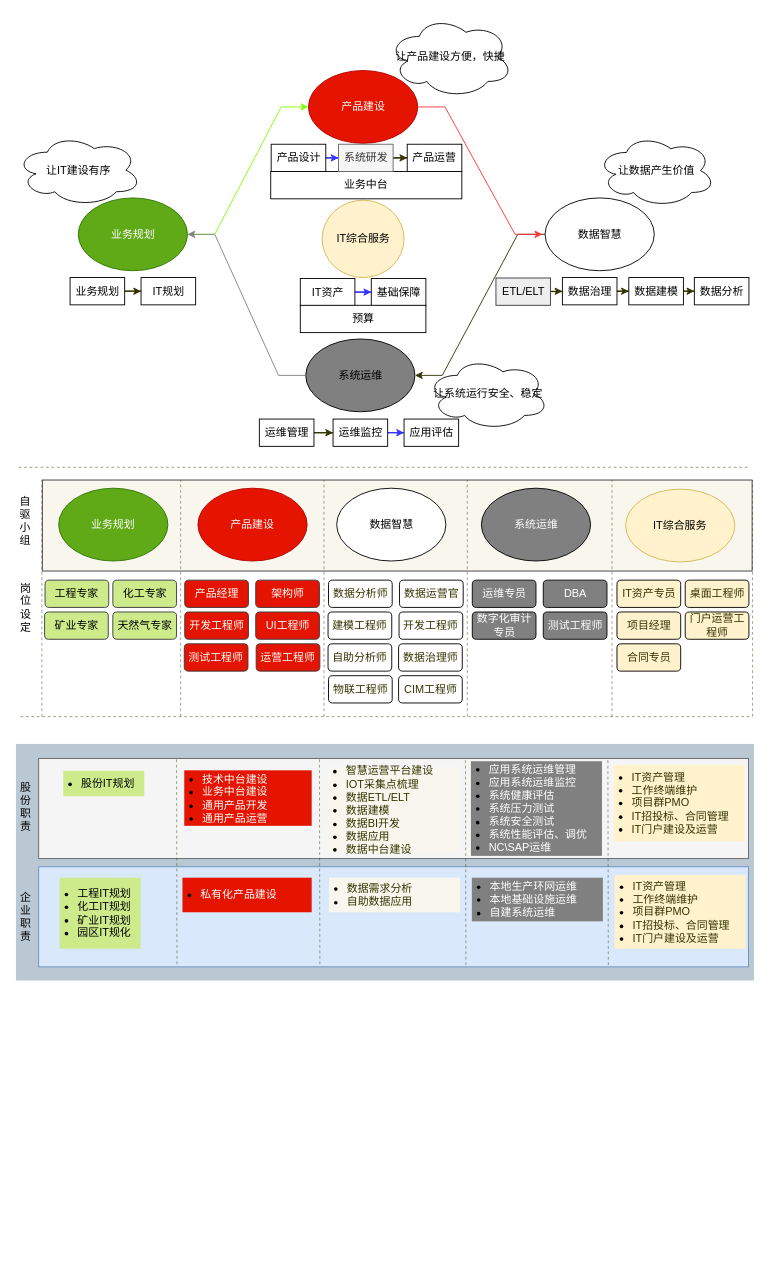
Before: page "第 25 页" (24 of 24) of MQ服务.drawio in chinadragonsjz/project, a draw.io diagram. Source tidied: cells renumbered, new cells numbered last; positions are measured from the earlier drawing's top-left corner, leaving out a move shared by most shapes. Both pictures are drawn from the tidied source at 91%, with x=0, y=0 at pixel (15, 15).
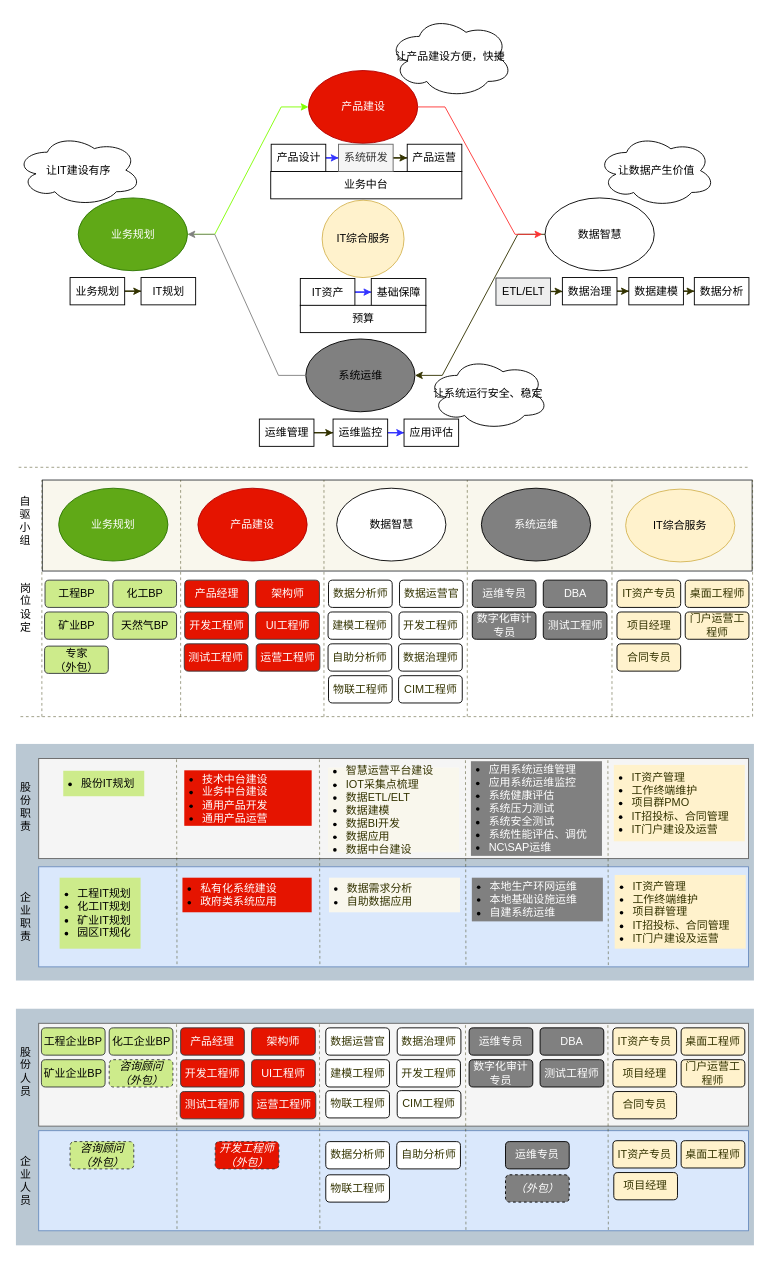
Above is the later version.

Change to the diagram source:
```diff
@@
-    <mxCell id="49" value="工程专家" style="rounded=1;whiteSpace=wrap;html=1;fillColor=#cdeb8b;strokeColor=#36393d;" parent="1" vertex="1">
+    <mxCell id="49" value="工程BP" style="rounded=1;whiteSpace=wrap;html=1;fillColor=#cdeb8b;strokeColor=#36393d;" parent="1" vertex="1">
       <mxGeometry x="32" y="620" width="70" height="30" as="geometry" />
     </mxCell>
-    <mxCell id="50" value="化工专家" style="rounded=1;whiteSpace=wrap;html=1;fillColor=#cdeb8b;strokeColor=#36393d;" parent="1" vertex="1">
+    <mxCell id="50" value="化工BP" style="rounded=1;whiteSpace=wrap;html=1;fillColor=#cdeb8b;strokeColor=#36393d;" parent="1" vertex="1">
       <mxGeometry x="106.5" y="620" width="70" height="30" as="geometry" />
     </mxCell>
@@
-    <mxCell id="66" value="矿业专家" style="rounded=1;whiteSpace=wrap;html=1;fillColor=#cdeb8b;strokeColor=#36393d;" parent="1" vertex="1">
+    <mxCell id="66" value="矿业BP" style="rounded=1;whiteSpace=wrap;html=1;fillColor=#cdeb8b;strokeColor=#36393d;" parent="1" vertex="1">
       <mxGeometry x="31.5" y="655" width="70" height="30" as="geometry" />
     </mxCell>
+    <mxCell id="102" value="专家&lt;br&gt;（外包）" style="rounded=1;whiteSpace=wrap;html=1;fillColor=#cdeb8b;strokeColor=#36393d;" parent="1" vertex="1">
+      <mxGeometry x="31.5" y="692.5" width="70" height="30" as="geometry" />
+    </mxCell>
-    <mxCell id="67" value="天然气专家" style="rounded=1;whiteSpace=wrap;html=1;fillColor=#cdeb8b;strokeColor=#36393d;" parent="1" vertex="1">
+    <mxCell id="67" value="天然气BP" style="rounded=1;whiteSpace=wrap;html=1;fillColor=#cdeb8b;strokeColor=#36393d;" parent="1" vertex="1">
       <mxGeometry x="106.5" y="655" width="70" height="30" as="geometry" />
     </mxCell>
@@
-    <mxCell id="94" value="&lt;ul&gt;&lt;li&gt;&lt;font color=&quot;#ffffff&quot;&gt;私有化产品建设&lt;/font&gt;&lt;/li&gt;&lt;/ul&gt;" style="text;html=1;strokeColor=none;fillColor=#E51400;align=left;verticalAlign=middle;whiteSpace=wrap;rounded=0;spacing=-20;" parent="1" vertex="1">
+    <mxCell id="94" value="&lt;ul&gt;&lt;li&gt;&lt;font color=&quot;#ffffff&quot;&gt;私有化系统建设&lt;/font&gt;&lt;/li&gt;&lt;li&gt;&lt;font color=&quot;#ffffff&quot;&gt;政府类系统应用&lt;/font&gt;&lt;/li&gt;&lt;/ul&gt;" style="text;html=1;strokeColor=none;fillColor=#E51400;align=left;verticalAlign=middle;whiteSpace=wrap;rounded=0;spacing=-20;" parent="1" vertex="1">
       <mxGeometry x="183" y="947" width="142" height="38" as="geometry" />
     </mxCell>
@@
-    <mxCell id="97" value="&lt;ul&gt;&lt;li&gt;&lt;font color=&quot;#333300&quot;&gt;IT资产管理&lt;/font&gt;&lt;/li&gt;&lt;li&gt;&lt;font color=&quot;#333300&quot;&gt;工作终端维护&lt;/font&gt;&lt;/li&gt;&lt;li&gt;&lt;font color=&quot;#333300&quot;&gt;项目群PMO&lt;/font&gt;&lt;/li&gt;&lt;li&gt;&lt;font color=&quot;#333300&quot;&gt;IT招投标、合同管理&lt;/font&gt;&lt;/li&gt;&lt;li&gt;&lt;font color=&quot;#333300&quot;&gt;IT门户建设及运营&lt;/font&gt;&lt;/li&gt;&lt;/ul&gt;" style="text;html=1;strokeColor=none;fillColor=#FFF2CC;align=left;verticalAlign=middle;whiteSpace=wrap;rounded=0;spacing=-20;" parent="1" vertex="1">
+    <mxCell id="97" value="&lt;ul&gt;&lt;li&gt;&lt;font color=&quot;#333300&quot;&gt;IT资产管理&lt;/font&gt;&lt;/li&gt;&lt;li&gt;&lt;font color=&quot;#333300&quot;&gt;工作终端维护&lt;/font&gt;&lt;/li&gt;&lt;li&gt;&lt;font color=&quot;#333300&quot;&gt;项目群管理&lt;/font&gt;&lt;/li&gt;&lt;li&gt;&lt;font color=&quot;#333300&quot;&gt;IT招投标、合同管理&lt;/font&gt;&lt;/li&gt;&lt;li&gt;&lt;font color=&quot;#333300&quot;&gt;IT门户建设及运营&lt;/font&gt;&lt;/li&gt;&lt;/ul&gt;" style="text;html=1;strokeColor=none;fillColor=#FFF2CC;align=left;verticalAlign=middle;whiteSpace=wrap;rounded=0;spacing=-20;" parent="1" vertex="1">
       <mxGeometry x="658" y="944" width="144" height="81" as="geometry" />
     </mxCell>
@@
+    <mxCell id="103" style="rounded=0;whiteSpace=wrap;html=1;fillColor=#bac8d3;align=left;strokeColor=none;" parent="1" vertex="1">
+      <mxGeometry y="1091" width="811" height="260" as="geometry" />
+    </mxCell>
+    <mxCell id="104" style="rounded=0;whiteSpace=wrap;html=1;fillColor=#f5f5f5;strokeColor=#666666;fontColor=#333333;" parent="1" vertex="1">
+      <mxGeometry x="25" y="1107" width="780" height="113" as="geometry" />
+    </mxCell>
+    <mxCell id="105" style="rounded=0;whiteSpace=wrap;html=1;fillColor=#dae8fc;strokeColor=#6c8ebf;" parent="1" vertex="1">
+      <mxGeometry x="25" y="1225" width="780" height="110" as="geometry" />
+    </mxCell>
+    <mxCell id="106" value="股份人员" style="text;html=1;strokeColor=none;fillColor=none;align=center;verticalAlign=middle;whiteSpace=wrap;rounded=0;" parent="1" vertex="1">
+      <mxGeometry x="0.5" y="1117" width="20" height="85" as="geometry" />
+    </mxCell>
+    <mxCell id="107" value="企业人员" style="text;html=1;strokeColor=none;fillColor=none;align=center;verticalAlign=middle;whiteSpace=wrap;rounded=0;" parent="1" vertex="1">
+      <mxGeometry x="0.5" y="1237" width="20" height="85" as="geometry" />
+    </mxCell>
+    <mxCell id="108" style="endArrow=none;html=1;dashed=1;strokeColor=#333300;opacity=50;" parent="1" edge="1">
+      <mxGeometry relative="1" as="geometry">
+        <mxPoint x="177" y="1333" as="sourcePoint" />
+        <mxPoint x="176.5" y="1107" as="targetPoint" />
+      </mxGeometry>
+    </mxCell>
+    <mxCell id="109" style="endArrow=none;html=1;dashed=1;strokeColor=#333300;opacity=50;" parent="1" edge="1">
+      <mxGeometry relative="1" as="geometry">
+        <mxPoint x="334" y="1333" as="sourcePoint" />
+        <mxPoint x="333.5" y="1107" as="targetPoint" />
+      </mxGeometry>
+    </mxCell>
+    <mxCell id="110" style="endArrow=none;html=1;dashed=1;strokeColor=#333300;opacity=50;" parent="1" edge="1">
+      <mxGeometry relative="1" as="geometry">
+        <mxPoint x="494.5" y="1334" as="sourcePoint" />
+        <mxPoint x="494" y="1108" as="targetPoint" />
+      </mxGeometry>
+    </mxCell>
+    <mxCell id="111" style="endArrow=none;html=1;dashed=1;strokeColor=#333300;opacity=50;" parent="1" edge="1">
+      <mxGeometry relative="1" as="geometry">
+        <mxPoint x="651" y="1334" as="sourcePoint" />
+        <mxPoint x="650.5" y="1108" as="targetPoint" />
+      </mxGeometry>
+    </mxCell>
+    <mxCell id="112" value="工程企业BP" style="rounded=1;whiteSpace=wrap;html=1;fillColor=#cdeb8b;strokeColor=#36393d;" parent="1" vertex="1">
+      <mxGeometry x="28" y="1112" width="70" height="30" as="geometry" />
+    </mxCell>
+    <mxCell id="113" value="化工企业BP" style="rounded=1;whiteSpace=wrap;html=1;fillColor=#cdeb8b;strokeColor=#36393d;" parent="1" vertex="1">
+      <mxGeometry x="102.5" y="1112" width="70" height="30" as="geometry" />
+    </mxCell>
+    <mxCell id="114" value="矿业企业BP" style="rounded=1;whiteSpace=wrap;html=1;fillColor=#cdeb8b;strokeColor=#36393d;" parent="1" vertex="1">
+      <mxGeometry x="28" y="1147" width="70" height="30" as="geometry" />
+    </mxCell>
+    <mxCell id="115" value="咨询顾问（外包）" style="rounded=1;whiteSpace=wrap;html=1;fillColor=#cdeb8b;strokeColor=#36393d;dashed=1;fontStyle=2;" parent="1" vertex="1">
+      <mxGeometry x="59.5" y="1237" width="70" height="30" as="geometry" />
+    </mxCell>
+    <mxCell id="116" value="咨询顾问（外包）" style="rounded=1;whiteSpace=wrap;html=1;fillColor=#cdeb8b;strokeColor=#36393d;dashed=1;fontStyle=2;" parent="1" vertex="1">
+      <mxGeometry x="102.5" y="1147" width="70" height="30" as="geometry" />
+    </mxCell>
+    <mxCell id="117" value="&lt;font color=&quot;#ffffff&quot;&gt;产品经理&lt;/font&gt;" style="rounded=1;whiteSpace=wrap;html=1;fillColor=#E51400;strokeColor=#36393d;" parent="1" vertex="1">
+      <mxGeometry x="181" y="1112" width="70" height="30" as="geometry" />
+    </mxCell>
+    <mxCell id="118" value="&lt;font color=&quot;#ffffff&quot;&gt;架构师&lt;/font&gt;" style="rounded=1;whiteSpace=wrap;html=1;fillColor=#E51400;strokeColor=#36393d;" parent="1" vertex="1">
+      <mxGeometry x="259" y="1112" width="70" height="30" as="geometry" />
+    </mxCell>
+    <mxCell id="119" value="&lt;font color=&quot;#ffffff&quot;&gt;开发工程师&lt;/font&gt;" style="rounded=1;whiteSpace=wrap;html=1;fillColor=#E51400;strokeColor=#36393d;" parent="1" vertex="1">
+      <mxGeometry x="181" y="1147" width="70" height="30" as="geometry" />
+    </mxCell>
+    <mxCell id="120" value="&lt;font color=&quot;#ffffff&quot;&gt;UI工程师&lt;/font&gt;" style="rounded=1;whiteSpace=wrap;html=1;fillColor=#E51400;strokeColor=#36393d;" parent="1" vertex="1">
+      <mxGeometry x="259" y="1147" width="70" height="30" as="geometry" />
+    </mxCell>
+    <mxCell id="121" value="&lt;font color=&quot;#ffffff&quot;&gt;测试工程师&lt;/font&gt;" style="rounded=1;whiteSpace=wrap;html=1;fillColor=#E51400;strokeColor=#36393d;" parent="1" vertex="1">
+      <mxGeometry x="180.5" y="1182" width="70" height="30" as="geometry" />
+    </mxCell>
+    <mxCell id="122" value="&lt;font color=&quot;#ffffff&quot;&gt;运营工程师&lt;/font&gt;" style="rounded=1;whiteSpace=wrap;html=1;fillColor=#E51400;strokeColor=#36393d;" parent="1" vertex="1">
+      <mxGeometry x="259.5" y="1182" width="70" height="30" as="geometry" />
+    </mxCell>
+    <mxCell id="123" value="&lt;font color=&quot;#333300&quot;&gt;数据分析师&lt;/font&gt;" style="rounded=1;whiteSpace=wrap;html=1;" parent="1" vertex="1">
+      <mxGeometry x="340.5" y="1237" width="70" height="30" as="geometry" />
+    </mxCell>
+    <mxCell id="124" value="&lt;font color=&quot;#333300&quot;&gt;数据运营官&lt;/font&gt;" style="rounded=1;whiteSpace=wrap;html=1;" parent="1" vertex="1">
+      <mxGeometry x="340.5" y="1112" width="70" height="30" as="geometry" />
+    </mxCell>
+    <mxCell id="125" value="&lt;font color=&quot;#ffffff&quot;&gt;运维专员&lt;/font&gt;" style="rounded=1;whiteSpace=wrap;html=1;fillColor=#808080;" parent="1" vertex="1">
+      <mxGeometry x="498" y="1112" width="70" height="30" as="geometry" />
+    </mxCell>
+    <mxCell id="126" value="&lt;font color=&quot;#ffffff&quot;&gt;数字化审计专员&lt;/font&gt;" style="rounded=1;whiteSpace=wrap;html=1;fillColor=#808080;" parent="1" vertex="1">
+      <mxGeometry x="498" y="1147" width="70" height="30" as="geometry" />
+    </mxCell>
+    <mxCell id="127" value="&lt;font color=&quot;#ffffff&quot;&gt;测试工程师&lt;/font&gt;" style="rounded=1;whiteSpace=wrap;html=1;fillColor=#808080;" parent="1" vertex="1">
+      <mxGeometry x="576" y="1147" width="70" height="30" as="geometry" />
+    </mxCell>
+    <mxCell id="128" value="&lt;font color=&quot;#ffffff&quot;&gt;DBA&lt;/font&gt;" style="rounded=1;whiteSpace=wrap;html=1;fillColor=#808080;" parent="1" vertex="1">
+      <mxGeometry x="576" y="1112" width="70" height="30" as="geometry" />
+    </mxCell>
+    <mxCell id="129" value="&lt;font color=&quot;#333300&quot;&gt;IT资产专员&lt;/font&gt;" style="rounded=1;whiteSpace=wrap;html=1;fillColor=#FFF2CC;" parent="1" vertex="1">
+      <mxGeometry x="656" y="1112" width="70" height="30" as="geometry" />
+    </mxCell>
+    <mxCell id="130" value="&lt;font color=&quot;#333300&quot;&gt;项目经理&lt;/font&gt;" style="rounded=1;whiteSpace=wrap;html=1;fillColor=#FFF2CC;" parent="1" vertex="1">
+      <mxGeometry x="656" y="1147" width="70" height="30" as="geometry" />
+    </mxCell>
+    <mxCell id="131" value="&lt;font color=&quot;#333300&quot;&gt;门户运营工程师&lt;/font&gt;" style="rounded=1;whiteSpace=wrap;html=1;fillColor=#FFF2CC;" parent="1" vertex="1">
+      <mxGeometry x="731" y="1147" width="70" height="30" as="geometry" />
+    </mxCell>
+    <mxCell id="132" value="&lt;font color=&quot;#333300&quot;&gt;桌面工程师&lt;/font&gt;" style="rounded=1;whiteSpace=wrap;html=1;fillColor=#FFF2CC;" parent="1" vertex="1">
+      <mxGeometry x="731" y="1112" width="70" height="30" as="geometry" />
+    </mxCell>
+    <mxCell id="133" value="&lt;font color=&quot;#333300&quot;&gt;建模工程师&lt;/font&gt;" style="rounded=1;whiteSpace=wrap;html=1;" parent="1" vertex="1">
+      <mxGeometry x="340.5" y="1147" width="70" height="30" as="geometry" />
+    </mxCell>
+    <mxCell id="134" value="&lt;font color=&quot;#333300&quot;&gt;开发工程师&lt;/font&gt;" style="rounded=1;whiteSpace=wrap;html=1;" parent="1" vertex="1">
+      <mxGeometry x="418.5" y="1147" width="70" height="30" as="geometry" />
+    </mxCell>
+    <mxCell id="135" value="&lt;font color=&quot;#333300&quot;&gt;自助分析师&lt;/font&gt;" style="rounded=1;whiteSpace=wrap;html=1;" parent="1" vertex="1">
+      <mxGeometry x="418.5" y="1237" width="70" height="30" as="geometry" />
+    </mxCell>
+    <mxCell id="136" value="&lt;font color=&quot;#333300&quot;&gt;数据治理师&lt;/font&gt;" style="rounded=1;whiteSpace=wrap;html=1;" parent="1" vertex="1">
+      <mxGeometry x="419" y="1112" width="70" height="30" as="geometry" />
+    </mxCell>
+    <mxCell id="137" value="&lt;font color=&quot;#333300&quot;&gt;合同专员&lt;/font&gt;" style="rounded=1;whiteSpace=wrap;html=1;fillColor=#FFF2CC;" parent="1" vertex="1">
+      <mxGeometry x="656" y="1182" width="70" height="30" as="geometry" />
+    </mxCell>
+    <mxCell id="138" value="&lt;font color=&quot;#333300&quot;&gt;物联工程师&lt;/font&gt;" style="rounded=1;whiteSpace=wrap;html=1;" parent="1" vertex="1">
+      <mxGeometry x="340.5" y="1181" width="70" height="30" as="geometry" />
+    </mxCell>
+    <mxCell id="139" value="&lt;font color=&quot;#333300&quot;&gt;CIM工程师&lt;/font&gt;" style="rounded=1;whiteSpace=wrap;html=1;" parent="1" vertex="1">
+      <mxGeometry x="419" y="1181" width="70" height="30" as="geometry" />
+    </mxCell>
+    <mxCell id="140" value="&lt;font color=&quot;#ffffff&quot;&gt;运维专员&lt;/font&gt;" style="rounded=1;whiteSpace=wrap;html=1;fillColor=#808080;" parent="1" vertex="1">
+      <mxGeometry x="538" y="1237" width="70" height="30" as="geometry" />
+    </mxCell>
+    <mxCell id="141" value="&lt;font color=&quot;#333300&quot;&gt;IT资产专员&lt;/font&gt;" style="rounded=1;whiteSpace=wrap;html=1;fillColor=#FFF2CC;" parent="1" vertex="1">
+      <mxGeometry x="656" y="1236" width="70" height="30" as="geometry" />
+    </mxCell>
+    <mxCell id="142" value="&lt;font color=&quot;#333300&quot;&gt;桌面工程师&lt;/font&gt;" style="rounded=1;whiteSpace=wrap;html=1;fillColor=#FFF2CC;" parent="1" vertex="1">
+      <mxGeometry x="731" y="1236" width="70" height="30" as="geometry" />
+    </mxCell>
+    <mxCell id="143" value="&lt;font color=&quot;#ffffff&quot;&gt;（外包）&lt;/font&gt;" style="rounded=1;whiteSpace=wrap;html=1;fillColor=#808080;dashed=1;fontStyle=2;" parent="1" vertex="1">
+      <mxGeometry x="538" y="1273.5" width="70" height="30" as="geometry" />
+    </mxCell>
+    <mxCell id="144" value="&lt;font color=&quot;#ffffff&quot;&gt;开发工程师（外包）&lt;/font&gt;" style="rounded=1;whiteSpace=wrap;html=1;fillColor=#E51400;strokeColor=#36393d;dashed=1;fontStyle=2;" parent="1" vertex="1">
+      <mxGeometry x="219" y="1237" width="70" height="30" as="geometry" />
+    </mxCell>
+    <mxCell id="145" value="&lt;font color=&quot;#333300&quot;&gt;项目经理&lt;/font&gt;" style="rounded=1;whiteSpace=wrap;html=1;fillColor=#FFF2CC;" parent="1" vertex="1">
+      <mxGeometry x="657" y="1271" width="70" height="30" as="geometry" />
+    </mxCell>
+    <mxCell id="146" value="&lt;font color=&quot;#333300&quot;&gt;物联工程师&lt;/font&gt;" style="rounded=1;whiteSpace=wrap;html=1;" parent="1" vertex="1">
+      <mxGeometry x="340.5" y="1273.5" width="70" height="30" as="geometry" />
+    </mxCell>
```
